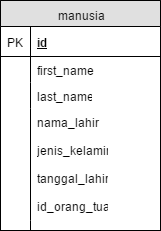
Before: SchemaFamilyTree.png, a diagram exported from draw.io (darwins-fox-2017/schema-family-tree). Source tidied: cells renumbered, new cells last; positions are measured from the earlier drawing's top-left corner, leaving out a move shared by most shapes.
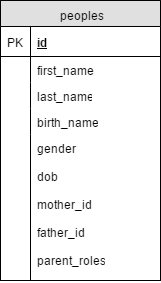
After the change.

Diff of the diagram source:
```diff
@@ -2,8 +2,8 @@
   <root>
     <mxCell id="0" />
     <mxCell id="1" parent="0" />
-    <mxCell id="2" value="manusia" style="swimlane;html=1;fontStyle=0;horizontal=1;startSize=26;fillColor=#e0e0e0;swimlaneFillColor=#ffffff;align=center;" parent="1" vertex="1">
-      <mxGeometry width="160" height="230" as="geometry" />
+    <mxCell id="2" value="peoples" style="swimlane;html=1;fontStyle=0;horizontal=1;startSize=26;fillColor=#e0e0e0;swimlaneFillColor=#ffffff;align=center;" parent="1" vertex="1">
+      <mxGeometry width="160" height="280" as="geometry" />
     </mxCell>
     <mxCell id="3" value="id" style="shape=partialRectangle;top=0;left=0;right=0;bottom=1;html=1;align=left;verticalAlign=middle;fillColor=none;spacingLeft=34;spacingRight=4;whiteSpace=wrap;overflow=hidden;fontStyle=5;" parent="2" vertex="1">
       <mxGeometry y="26" width="160" height="30" as="geometry" />
@@ -23,17 +23,17 @@
     <mxCell id="8" style="shape=partialRectangle;top=0;left=0;bottom=0;html=1;fillColor=none;align=left;verticalAlign=top;spacingLeft=4;spacingRight=4;whiteSpace=wrap;overflow=hidden;" parent="7" vertex="1">
       <mxGeometry width="30" height="26" as="geometry" />
     </mxCell>
-    <mxCell id="9" value="nama_lahir&lt;div&gt;&lt;br&gt;jenis_kelamin&lt;/div&gt;&lt;div&gt;&lt;br&gt;&lt;/div&gt;&lt;div&gt;tanggal_lahir&lt;/div&gt;&lt;div&gt;&lt;br&gt;&lt;/div&gt;&lt;div&gt;id_orang_tua&lt;/div&gt;" style="shape=partialRectangle;top=0;left=0;right=0;bottom=0;html=1;align=left;verticalAlign=top;fillColor=none;spacingLeft=34;spacingRight=4;whiteSpace=wrap;overflow=hidden;" parent="2" vertex="1">
-      <mxGeometry y="108" width="160" height="112" as="geometry" />
+    <mxCell id="9" value="birth_name" style="shape=partialRectangle;top=0;left=0;right=0;bottom=0;html=1;align=left;verticalAlign=top;fillColor=none;spacingLeft=34;spacingRight=4;whiteSpace=wrap;overflow=hidden;" parent="2" vertex="1">
+      <mxGeometry y="108" width="160" height="26" as="geometry" />
     </mxCell>
     <mxCell id="10" style="shape=partialRectangle;top=0;left=0;bottom=0;html=1;fillColor=none;align=left;verticalAlign=top;spacingLeft=4;spacingRight=4;whiteSpace=wrap;overflow=hidden;" parent="9" vertex="1">
-      <mxGeometry width="30" height="112" as="geometry" />
+      <mxGeometry width="30" height="26" as="geometry" />
     </mxCell>
-    <mxCell id="11" style="shape=partialRectangle;top=0;left=0;right=0;bottom=0;html=1;align=left;verticalAlign=top;fillColor=none;spacingLeft=34;spacingRight=4;whiteSpace=wrap;overflow=hidden;" parent="2" vertex="1">
-      <mxGeometry y="220" width="160" height="10" as="geometry" />
+    <mxCell id="11" value="gender&lt;div&gt;&lt;br&gt;&lt;/div&gt;&lt;div&gt;dob&lt;/div&gt;&lt;div&gt;&lt;br&gt;&lt;/div&gt;&lt;div&gt;mother_id&lt;/div&gt;&lt;div&gt;&lt;br&gt;&lt;/div&gt;&lt;div&gt;father_id&lt;/div&gt;&lt;div&gt;&lt;br&gt;&lt;/div&gt;&lt;div&gt;parent_roles&lt;/div&gt;" style="shape=partialRectangle;top=0;left=0;right=0;bottom=0;html=1;align=left;verticalAlign=top;fillColor=none;spacingLeft=34;spacingRight=4;whiteSpace=wrap;overflow=hidden;" parent="2" vertex="1">
+      <mxGeometry y="134" width="160" height="146" as="geometry" />
     </mxCell>
     <mxCell id="12" style="shape=partialRectangle;top=0;left=0;bottom=0;html=1;fillColor=none;align=left;verticalAlign=top;spacingLeft=4;spacingRight=4;whiteSpace=wrap;overflow=hidden;" parent="11" vertex="1">
-      <mxGeometry width="30" height="10" as="geometry" />
+      <mxGeometry width="30" height="146" as="geometry" />
     </mxCell>
     <mxCell id="13" value="id" style="shape=partialRectangle;top=0;left=0;right=0;bottom=1;html=1;align=left;verticalAlign=middle;fillColor=none;spacingLeft=34;spacingRight=4;whiteSpace=wrap;overflow=hidden;fontStyle=5;" parent="1" vertex="1">
       <mxGeometry y="26" width="160" height="30" as="geometry" />
@@ -62,23 +62,23 @@
     <mxCell id="21" style="shape=partialRectangle;top=0;left=0;bottom=0;html=1;fillColor=none;align=left;verticalAlign=top;spacingLeft=4;spacingRight=4;whiteSpace=wrap;overflow=hidden;" parent="1" vertex="1">
       <mxGeometry y="82" width="30" height="26" as="geometry" />
     </mxCell>
-    <mxCell id="22" value="nama_lahir&lt;div&gt;&lt;br&gt;jenis_kelamin&lt;/div&gt;&lt;div&gt;&lt;br&gt;&lt;/div&gt;&lt;div&gt;tanggal_lahir&lt;/div&gt;&lt;div&gt;&lt;br&gt;&lt;/div&gt;&lt;div&gt;id_orang_tua&lt;/div&gt;" style="shape=partialRectangle;top=0;left=0;right=0;bottom=0;html=1;align=left;verticalAlign=top;fillColor=none;spacingLeft=34;spacingRight=4;whiteSpace=wrap;overflow=hidden;" parent="1" vertex="1">
-      <mxGeometry y="108" width="160" height="112" as="geometry" />
+    <mxCell id="22" value="birth_name" style="shape=partialRectangle;top=0;left=0;right=0;bottom=0;html=1;align=left;verticalAlign=top;fillColor=none;spacingLeft=34;spacingRight=4;whiteSpace=wrap;overflow=hidden;" parent="1" vertex="1">
+      <mxGeometry y="108" width="160" height="26" as="geometry" />
     </mxCell>
     <mxCell id="23" style="shape=partialRectangle;top=0;left=0;bottom=0;html=1;fillColor=none;align=left;verticalAlign=top;spacingLeft=4;spacingRight=4;whiteSpace=wrap;overflow=hidden;" parent="22" vertex="1">
-      <mxGeometry width="30" height="112" as="geometry" />
+      <mxGeometry width="30" height="26" as="geometry" />
     </mxCell>
     <mxCell id="24" style="shape=partialRectangle;top=0;left=0;bottom=0;html=1;fillColor=none;align=left;verticalAlign=top;spacingLeft=4;spacingRight=4;whiteSpace=wrap;overflow=hidden;" parent="1" vertex="1">
-      <mxGeometry y="108" width="30" height="112" as="geometry" />
+      <mxGeometry y="108" width="30" height="26" as="geometry" />
     </mxCell>
-    <mxCell id="25" style="shape=partialRectangle;top=0;left=0;right=0;bottom=0;html=1;align=left;verticalAlign=top;fillColor=none;spacingLeft=34;spacingRight=4;whiteSpace=wrap;overflow=hidden;" parent="1" vertex="1">
-      <mxGeometry y="220" width="160" height="10" as="geometry" />
+    <mxCell id="25" value="gender&lt;div&gt;&lt;br&gt;&lt;/div&gt;&lt;div&gt;dob&lt;/div&gt;&lt;div&gt;&lt;br&gt;&lt;/div&gt;&lt;div&gt;mother_id&lt;/div&gt;&lt;div&gt;&lt;br&gt;&lt;/div&gt;&lt;div&gt;father_id&lt;/div&gt;&lt;div&gt;&lt;br&gt;&lt;/div&gt;&lt;div&gt;parent_roles&lt;/div&gt;" style="shape=partialRectangle;top=0;left=0;right=0;bottom=0;html=1;align=left;verticalAlign=top;fillColor=none;spacingLeft=34;spacingRight=4;whiteSpace=wrap;overflow=hidden;" parent="1" vertex="1">
+      <mxGeometry y="134" width="160" height="146" as="geometry" />
     </mxCell>
     <mxCell id="26" style="shape=partialRectangle;top=0;left=0;bottom=0;html=1;fillColor=none;align=left;verticalAlign=top;spacingLeft=4;spacingRight=4;whiteSpace=wrap;overflow=hidden;" parent="25" vertex="1">
-      <mxGeometry width="30" height="10" as="geometry" />
+      <mxGeometry width="30" height="146" as="geometry" />
     </mxCell>
     <mxCell id="27" style="shape=partialRectangle;top=0;left=0;bottom=0;html=1;fillColor=none;align=left;verticalAlign=top;spacingLeft=4;spacingRight=4;whiteSpace=wrap;overflow=hidden;" parent="1" vertex="1">
-      <mxGeometry y="220" width="30" height="10" as="geometry" />
+      <mxGeometry y="134" width="30" height="146" as="geometry" />
     </mxCell>
   </root>
 </mxGraphModel>
```
